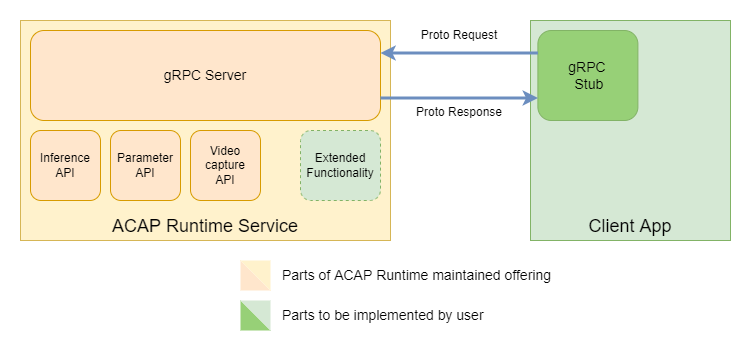
Above: assets/gRPC.png in AxisCommunications/acap-runtime (draw.io), before the change. Source tidied: cells renumbered, new cells last; positions are measured from the earlier drawing's top-left corner, leaving out a move shared by most shapes.
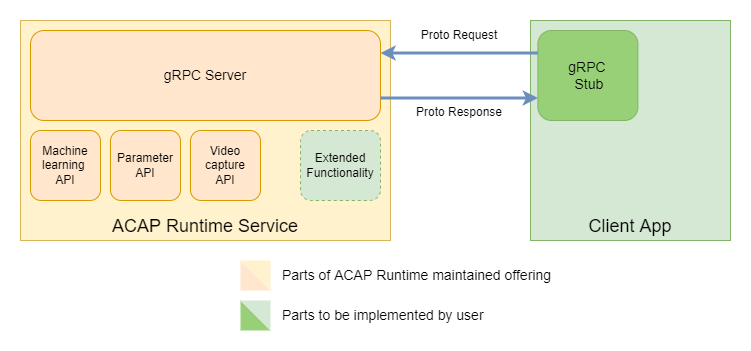
Above is the later version.

Commit message:
renamed Inference API to Machine learning API

Diff of the diagram source:
```diff
@@ -11,7 +11,7 @@
     <mxCell id="4" value="Proto Request" style="text;html=1;strokeColor=none;fillColor=none;align=center;verticalAlign=middle;whiteSpace=wrap;rounded=0;" parent="1" vertex="1">
       <mxGeometry x="399" width="80" height="30" as="geometry" />
     </mxCell>
-    <mxCell id="5" value="Inference API" style="rounded=1;whiteSpace=wrap;html=1;fillColor=#ffe6cc;strokeColor=#d79b00;" parent="1" vertex="1">
+    <mxCell id="5" value="Machine learning &lt;br&gt;API" style="rounded=1;whiteSpace=wrap;html=1;fillColor=#ffe6cc;strokeColor=#d79b00;" parent="1" vertex="1">
       <mxGeometry x="10" y="110" width="70" height="70" as="geometry" />
     </mxCell>
     <mxCell id="6" value="Parameter API" style="rounded=1;whiteSpace=wrap;html=1;fillColor=#ffe6cc;strokeColor=#d79b00;" parent="1" vertex="1">
```
